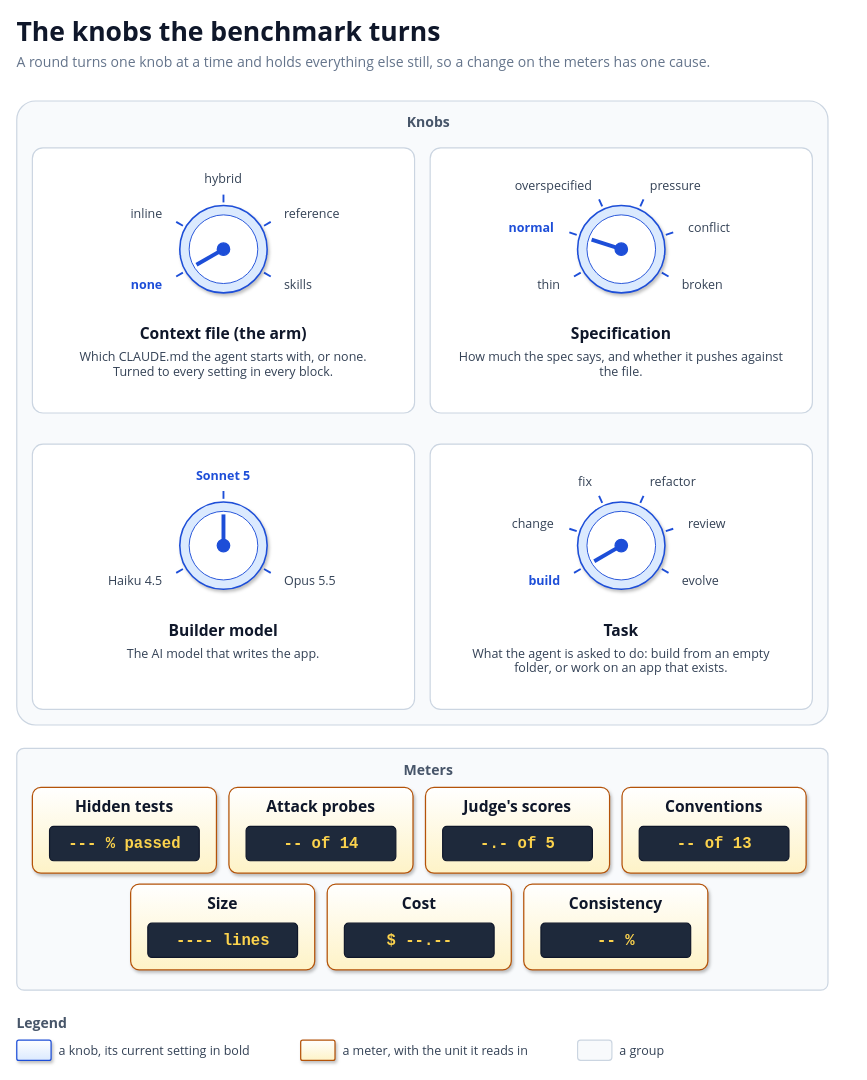
Above: docs/diagrams/knobs.drawio in solid-ai-dev/solid-ai-benchmark (draw.io), before the change. Source tidied: cells renumbered, new cells numbered last; positions are measured from the earlier drawing's top-left corner, leaving out a move shared by most shapes. Both pictures are drawn from the tidied source at 78%, with x=0, y=0 at pixel (16, 13).
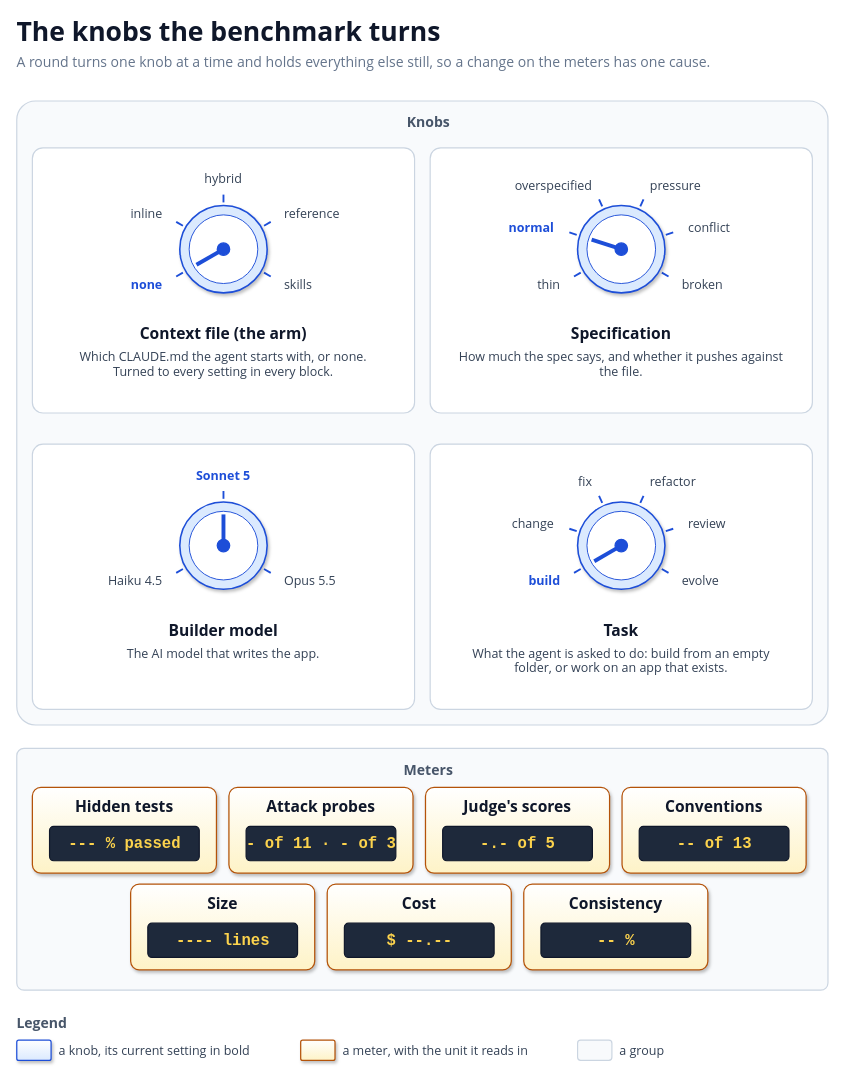
After the change.

Change to the diagram source:
```diff
@@
-    <mxCell id="81" value="-- of 14" style="text;html=1;strokeColor=none;fillColor=none;align=center;verticalAlign=middle;fontFamily=Consolas;fontSize=20;fontStyle=1;fontColor=#FCD34D;" parent="1" vertex="1">
+    <mxCell id="81" value="- of 11 · - of 3" style="text;html=1;strokeColor=none;fillColor=none;align=center;verticalAlign=middle;fontFamily=Consolas;fontSize=20;fontStyle=1;fontColor=#FCD34D;" parent="1" vertex="1">
       <mxGeometry x="294" y="1042" width="192" height="44" as="geometry" />
     </mxCell>
```
